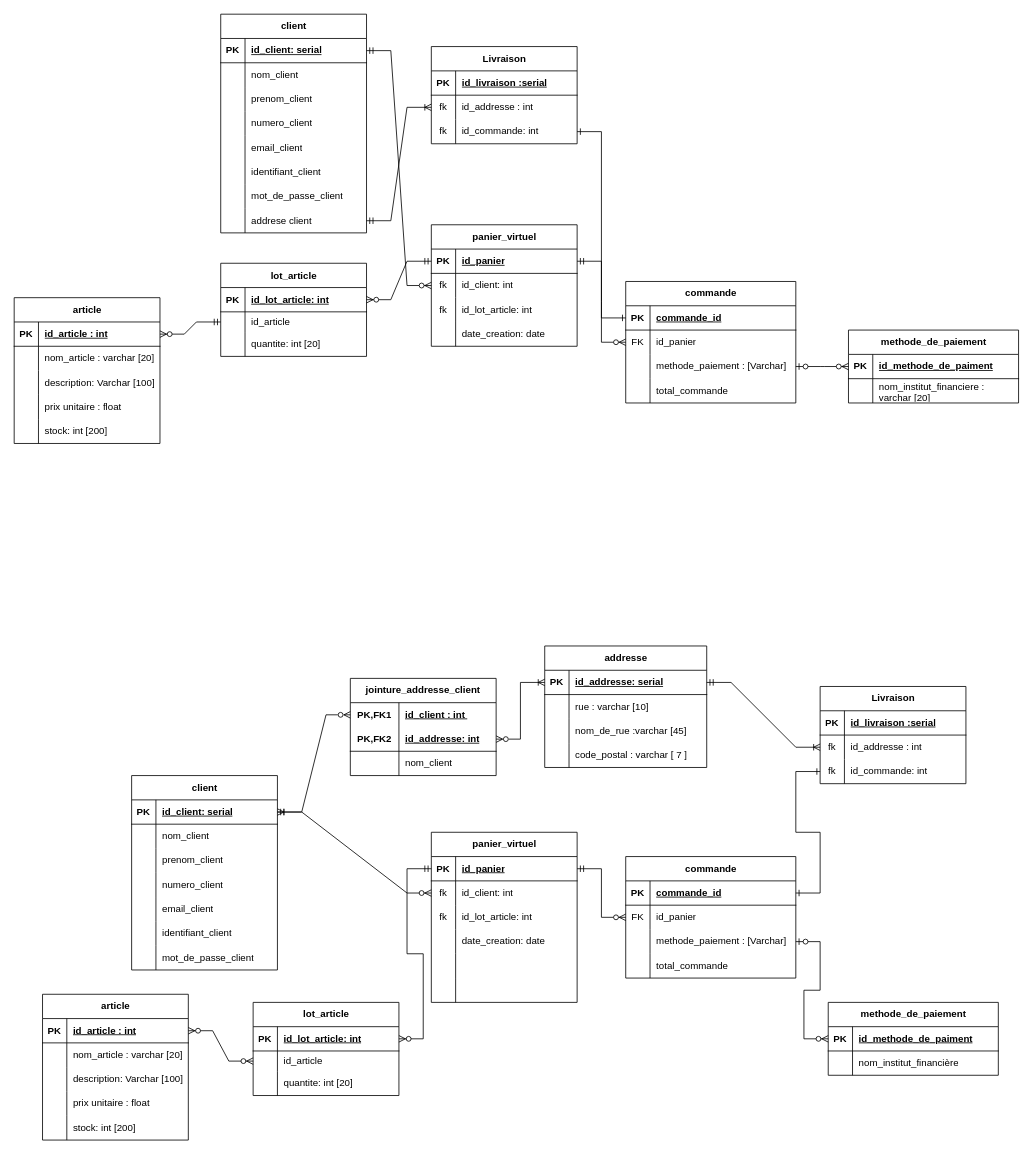
Earlier version of the draw.io diagram modèle site.drawio (franck-code/tests). Source tidied: cells renumbered, new cells numbered last; positions are measured from the earlier drawing's top-left corner, leaving out a move shared by most shapes. Both pictures are drawn from the tidied source at 81%, with x=0, y=0 at pixel (14, 14).
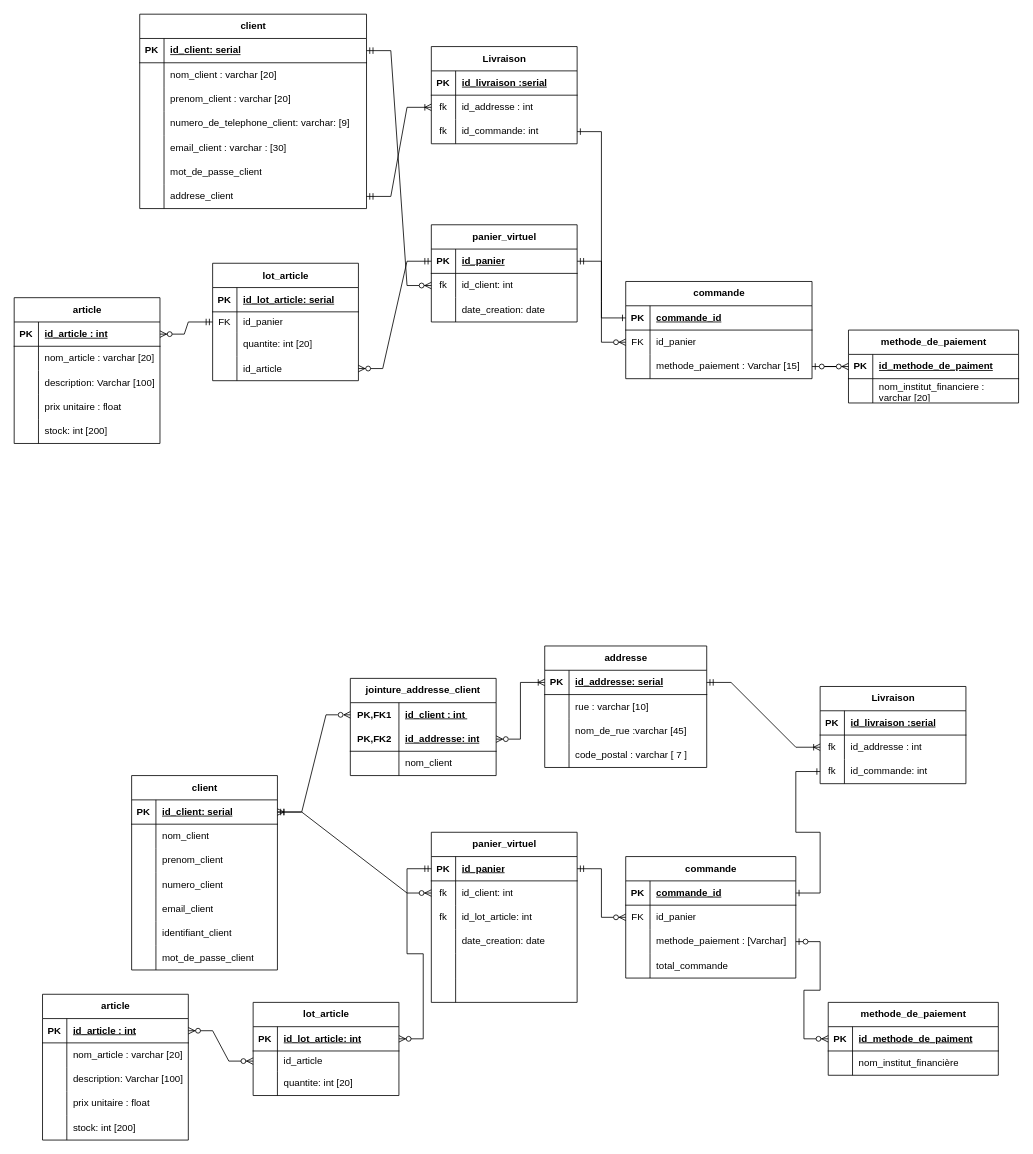
The same page after the edit.

Commit message:
Mise à jour modèle site.drawio

The change refers to these unchanged cells:
```xml
<mxCell id="28" style="shape=tableRow;horizontal=0;startSize=0;swimlaneHead=0;swimlaneBody=0;fillColor=none;points=[[0,0.5],[1,0.5]];portConstraint=eastwest;top=0;left=0;right=0;bottom=1;" parent="27" vertex="1">
  <mxGeometry y="30" width="180" height="30" as="geometry" />
</mxCell>
<mxCell id="67" style="shape=tableRow;horizontal=0;startSize=0;swimlaneHead=0;swimlaneBody=0;fillColor=none;points=[[0,0.5],[1,0.5]];portConstraint=eastwest;top=0;left=0;right=0;bottom=1;" parent="66" vertex="1">
  <mxGeometry y="30" width="180" height="30" as="geometry" />
</mxCell>
<mxCell id="70" style="shape=tableRow;horizontal=0;startSize=0;swimlaneHead=0;swimlaneBody=0;fillColor=none;points=[[0,0.5],[1,0.5]];portConstraint=eastwest;top=0;left=0;right=0;bottom=0;" parent="66" vertex="1">
  <mxGeometry y="60" width="180" height="25" as="geometry" />
</mxCell>
```

Change to the diagram source:
```diff
@@
     <mxCell id="2" value="client" style="shape=table;startSize=30;childLayout=tableLayout;rowLines=0;fontStyle=1;align=center;html=1;" parent="1" vertex="1">
-      <mxGeometry x="255" width="180" height="270" as="geometry" />
+      <mxGeometry x="155" width="280" height="240" as="geometry" />
     </mxCell>
     <mxCell id="3" style="shape=tableRow;horizontal=0;startSize=0;swimlaneHead=0;swimlaneBody=0;fillColor=none;points=[[0,0.5],[1,0.5]];portConstraint=eastwest;top=0;left=0;right=0;bottom=1;" parent="2" vertex="1">
-      <mxGeometry y="30" width="180" height="30" as="geometry" />
+      <mxGeometry y="30" width="280" height="30" as="geometry" />
     </mxCell>
@@
     <mxCell id="5" value="id_client: serial" style="shape=partialRectangle;fillColor=none;top=0;left=0;bottom=0;right=0;align=left;spacingLeft=6;fontStyle=5;overflow=hidden;whiteSpace=wrap;html=1;" parent="3" vertex="1">
-      <mxGeometry x="30" width="150" height="30" as="geometry" />
+      <mxGeometry x="30" width="250" height="30" as="geometry" />
     </mxCell>
     <mxCell id="6" style="shape=tableRow;horizontal=0;startSize=0;swimlaneHead=0;swimlaneBody=0;fillColor=none;top=0;left=0;right=0;bottom=0;" parent="2" vertex="1">
-      <mxGeometry y="60" width="180" height="30" as="geometry" />
+      <mxGeometry y="60" width="280" height="30" as="geometry" />
     </mxCell>
@@
-    <mxCell id="8" value="nom_client" style="shape=partialRectangle;fillColor=none;top=0;left=0;bottom=0;right=0;align=left;spacingLeft=6;overflow=hidden;whiteSpace=wrap;html=1;" parent="6" vertex="1">
-      <mxGeometry x="30" width="150" height="30" as="geometry" />
+    <mxCell id="8" value="nom_client : varchar [20]" style="shape=partialRectangle;fillColor=none;top=0;left=0;bottom=0;right=0;align=left;spacingLeft=6;overflow=hidden;whiteSpace=wrap;html=1;" parent="6" vertex="1">
+      <mxGeometry x="30" width="250" height="30" as="geometry" />
     </mxCell>
     <mxCell id="9" style="shape=tableRow;horizontal=0;startSize=0;swimlaneHead=0;swimlaneBody=0;fillColor=none;top=0;left=0;right=0;bottom=0;" parent="2" vertex="1">
-      <mxGeometry y="90" width="180" height="30" as="geometry" />
+      <mxGeometry y="90" width="280" height="30" as="geometry" />
     </mxCell>
@@
-    <mxCell id="11" value="prenom_client" style="shape=partialRectangle;fillColor=none;top=0;left=0;bottom=0;right=0;align=left;spacingLeft=6;overflow=hidden;whiteSpace=wrap;html=1;" parent="9" vertex="1">
-      <mxGeometry x="30" width="150" height="30" as="geometry" />
+    <mxCell id="11" value="prenom_client : varchar [20]" style="shape=partialRectangle;fillColor=none;top=0;left=0;bottom=0;right=0;align=left;spacingLeft=6;overflow=hidden;whiteSpace=wrap;html=1;" parent="9" vertex="1">
+      <mxGeometry x="30" width="250" height="30" as="geometry" />
     </mxCell>
     <mxCell id="12" style="shape=tableRow;horizontal=0;startSize=0;swimlaneHead=0;swimlaneBody=0;fillColor=none;top=0;left=0;right=0;bottom=0;" parent="2" vertex="1">
-      <mxGeometry y="120" width="180" height="30" as="geometry" />
+      <mxGeometry y="120" width="280" height="30" as="geometry" />
     </mxCell>
@@
-    <mxCell id="14" value="numero_client" style="shape=partialRectangle;fillColor=none;top=0;left=0;bottom=0;right=0;align=left;spacingLeft=6;overflow=hidden;whiteSpace=wrap;html=1;" parent="12" vertex="1">
-      <mxGeometry x="30" width="150" height="30" as="geometry" />
+    <mxCell id="14" value="numero_de_telephone_client: varchar: [9]" style="shape=partialRectangle;fillColor=none;top=0;left=0;bottom=0;right=0;align=left;spacingLeft=6;overflow=hidden;whiteSpace=wrap;html=1;" parent="12" vertex="1">
+      <mxGeometry x="30" width="250" height="30" as="geometry" />
     </mxCell>
     <mxCell id="15" style="shape=tableRow;horizontal=0;startSize=0;swimlaneHead=0;swimlaneBody=0;fillColor=none;top=0;left=0;right=0;bottom=0;" parent="2" vertex="1">
-      <mxGeometry y="150" width="180" height="30" as="geometry" />
+      <mxGeometry y="150" width="280" height="30" as="geometry" />
     </mxCell>
@@
-    <mxCell id="17" value="email_client" style="shape=partialRectangle;fillColor=none;top=0;left=0;bottom=0;right=0;align=left;spacingLeft=6;overflow=hidden;whiteSpace=wrap;html=1;" parent="15" vertex="1">
-      <mxGeometry x="30" width="150" height="30" as="geometry" />
+    <mxCell id="17" value="email_client : varchar : [30]" style="shape=partialRectangle;fillColor=none;top=0;left=0;bottom=0;right=0;align=left;spacingLeft=6;overflow=hidden;whiteSpace=wrap;html=1;" parent="15" vertex="1">
+      <mxGeometry x="30" width="250" height="30" as="geometry" />
     </mxCell>
-    <mxCell id="18" style="shape=tableRow;horizontal=0;startSize=0;swimlaneHead=0;swimlaneBody=0;fillColor=none;top=0;left=0;right=0;bottom=0;" parent="2" vertex="1">
-      <mxGeometry y="180" width="180" height="30" as="geometry" />
-    </mxCell>
-    <mxCell id="19" style="shape=partialRectangle;fillColor=none;top=0;left=0;bottom=0;right=0;overflow=hidden;whiteSpace=wrap;html=1;" parent="18" vertex="1">
-      <mxGeometry width="30" height="30" as="geometry" />
-    </mxCell>
-    <mxCell id="20" value="identifiant_client" style="shape=partialRectangle;fillColor=none;top=0;left=0;bottom=0;right=0;align=left;spacingLeft=6;overflow=hidden;whiteSpace=wrap;html=1;" parent="18" vertex="1">
-      <mxGeometry x="30" width="150" height="30" as="geometry" />
-    </mxCell>
     <mxCell id="21" style="shape=tableRow;horizontal=0;startSize=0;swimlaneHead=0;swimlaneBody=0;fillColor=none;top=0;left=0;right=0;bottom=0;" parent="2" vertex="1">
-      <mxGeometry y="210" width="180" height="30" as="geometry" />
+      <mxGeometry y="180" width="280" height="30" as="geometry" />
     </mxCell>
@@
     <mxCell id="23" value="mot_de_passe_client" style="shape=partialRectangle;fillColor=none;top=0;left=0;bottom=0;right=0;align=left;spacingLeft=6;overflow=hidden;whiteSpace=wrap;html=1;" parent="21" vertex="1">
-      <mxGeometry x="30" width="150" height="30" as="geometry" />
+      <mxGeometry x="30" width="250" height="30" as="geometry" />
     </mxCell>
     <mxCell id="24" style="shape=tableRow;horizontal=0;startSize=0;swimlaneHead=0;swimlaneBody=0;fillColor=none;points=[[0,0.5],[1,0.5]];portConstraint=eastwest;top=0;left=0;right=0;bottom=0;" parent="2" vertex="1">
-      <mxGeometry y="240" width="180" height="30" as="geometry" />
+      <mxGeometry y="210" width="280" height="30" as="geometry" />
     </mxCell>
@@
-    <mxCell id="26" value="addrese client" style="shape=partialRectangle;fillColor=none;top=0;left=0;bottom=0;right=0;align=left;spacingLeft=6;overflow=hidden;whiteSpace=wrap;html=1;" parent="24" vertex="1">
-      <mxGeometry x="30" width="150" height="30" as="geometry" />
+    <mxCell id="26" value="addrese_client" style="shape=partialRectangle;fillColor=none;top=0;left=0;bottom=0;right=0;align=left;spacingLeft=6;overflow=hidden;whiteSpace=wrap;html=1;" parent="24" vertex="1">
+      <mxGeometry x="30" width="250" height="30" as="geometry" />
     </mxCell>
     <mxCell id="27" value="panier_virtuel" style="shape=table;startSize=30;childLayout=tableLayout;rowLines=0;fontStyle=1;align=center;html=1;" parent="1" vertex="1">
-      <mxGeometry x="515" y="260" width="180" height="150" as="geometry" />
+      <mxGeometry x="515" y="260" width="180" height="120" as="geometry" />
     </mxCell>
@@
-    <mxCell id="34" style="shape=tableRow;horizontal=0;startSize=0;swimlaneHead=0;swimlaneBody=0;fillColor=none;top=0;left=0;right=0;bottom=0;" parent="27" vertex="1">
-      <mxGeometry y="90" width="180" height="30" as="geometry" />
-    </mxCell>
-    <mxCell id="35" value="fk" style="shape=partialRectangle;fillColor=none;top=0;left=0;bottom=0;right=0;overflow=hidden;whiteSpace=wrap;html=1;" parent="34" vertex="1">
-      <mxGeometry width="30" height="30" as="geometry" />
-    </mxCell>
-    <mxCell id="36" value="id_lot_article: int" style="shape=partialRectangle;fillColor=none;top=0;left=0;bottom=0;right=0;align=left;spacingLeft=6;overflow=hidden;whiteSpace=wrap;html=1;" parent="34" vertex="1">
-      <mxGeometry x="30" width="150" height="30" as="geometry" />
-    </mxCell>
     <mxCell id="37" style="shape=tableRow;horizontal=0;startSize=0;swimlaneHead=0;swimlaneBody=0;fillColor=none;top=0;left=0;right=0;bottom=0;" parent="27" vertex="1">
-      <mxGeometry y="120" width="180" height="30" as="geometry" />
+      <mxGeometry y="90" width="180" height="30" as="geometry" />
     </mxCell>
@@
     <mxCell id="66" value="lot_article" style="shape=table;startSize=30;childLayout=tableLayout;rowLines=0;fontStyle=1;align=center;html=1;" parent="1" vertex="1">
-      <mxGeometry x="255" y="307.5" width="180" height="115" as="geometry" />
+      <mxGeometry x="245" y="307.5" width="180" height="145" as="geometry" />
     </mxCell>
@@
-    <mxCell id="69" value="id_lot_article: int" style="shape=partialRectangle;fillColor=none;top=0;left=0;bottom=0;right=0;align=left;spacingLeft=6;fontStyle=5;overflow=hidden;whiteSpace=wrap;html=1;" parent="67" vertex="1">
+    <mxCell id="69" value="id_lot_article: serial" style="shape=partialRectangle;fillColor=none;top=0;left=0;bottom=0;right=0;align=left;spacingLeft=6;fontStyle=5;overflow=hidden;whiteSpace=wrap;html=1;" parent="67" vertex="1">
       <mxGeometry x="30" width="150" height="30" as="geometry" />
     </mxCell>
@@
-    <mxCell id="71" style="shape=partialRectangle;fillColor=none;top=0;left=0;bottom=0;right=0;overflow=hidden;whiteSpace=wrap;html=1;" parent="70" vertex="1">
+    <mxCell id="71" value="FK" style="shape=partialRectangle;fillColor=none;top=0;left=0;bottom=0;right=0;overflow=hidden;whiteSpace=wrap;html=1;" parent="70" vertex="1">
       <mxGeometry width="30" height="25" as="geometry" />
     </mxCell>
-    <mxCell id="72" value="id_article" style="shape=partialRectangle;fillColor=none;top=0;left=0;bottom=0;right=0;align=left;spacingLeft=6;overflow=hidden;whiteSpace=wrap;html=1;" parent="70" vertex="1">
+    <mxCell id="72" value="id_panier" style="shape=partialRectangle;fillColor=none;top=0;left=0;bottom=0;right=0;align=left;spacingLeft=6;overflow=hidden;whiteSpace=wrap;html=1;" parent="70" vertex="1">
       <mxGeometry x="30" width="150" height="25" as="geometry" />
     </mxCell>
@@
+    <mxCell id="232" style="shape=tableRow;horizontal=0;startSize=0;swimlaneHead=0;swimlaneBody=0;fillColor=none;points=[[0,0.5],[1,0.5]];portConstraint=eastwest;top=0;left=0;right=0;bottom=0;" parent="66" vertex="1">
+      <mxGeometry y="115" width="180" height="30" as="geometry" />
+    </mxCell>
+    <mxCell id="233" style="shape=partialRectangle;fillColor=none;top=0;left=0;bottom=0;right=0;overflow=hidden;whiteSpace=wrap;html=1;" parent="232" vertex="1">
+      <mxGeometry width="30" height="30" as="geometry" />
+    </mxCell>
+    <mxCell id="234" value="id_article" style="shape=partialRectangle;fillColor=none;top=0;left=0;bottom=0;right=0;align=left;spacingLeft=6;overflow=hidden;whiteSpace=wrap;html=1;" parent="232" vertex="1">
+      <mxGeometry x="30" width="150" height="30" as="geometry" />
+    </mxCell>
     <mxCell id="76" value="commande" style="shape=table;startSize=30;childLayout=tableLayout;rowLines=0;fontStyle=1;align=center;html=1;" parent="1" vertex="1">
-      <mxGeometry x="755" y="330" width="210" height="150" as="geometry" />
+      <mxGeometry x="755" y="330" width="230" height="120" as="geometry" />
     </mxCell>
     <mxCell id="77" style="shape=tableRow;horizontal=0;startSize=0;swimlaneHead=0;swimlaneBody=0;fillColor=none;points=[[0,0.5],[1,0.5]];portConstraint=eastwest;top=0;left=0;right=0;bottom=1;" parent="76" vertex="1">
-      <mxGeometry y="30" width="210" height="30" as="geometry" />
+      <mxGeometry y="30" width="230" height="30" as="geometry" />
     </mxCell>
@@
     <mxCell id="79" value="commande_id" style="shape=partialRectangle;fillColor=none;top=0;left=0;bottom=0;right=0;align=left;spacingLeft=6;fontStyle=5;overflow=hidden;whiteSpace=wrap;html=1;" parent="77" vertex="1">
-      <mxGeometry x="30" width="180" height="30" as="geometry" />
+      <mxGeometry x="30" width="200" height="30" as="geometry" />
     </mxCell>
     <mxCell id="80" style="shape=tableRow;horizontal=0;startSize=0;swimlaneHead=0;swimlaneBody=0;fillColor=none;points=[[0,0.5],[1,0.5]];portConstraint=eastwest;top=0;left=0;right=0;bottom=0;" parent="76" vertex="1">
-      <mxGeometry y="60" width="210" height="30" as="geometry" />
+      <mxGeometry y="60" width="230" height="30" as="geometry" />
     </mxCell>
@@
     <mxCell id="82" value="id_panier" style="shape=partialRectangle;fillColor=none;top=0;left=0;bottom=0;right=0;align=left;spacingLeft=6;overflow=hidden;whiteSpace=wrap;html=1;" parent="80" vertex="1">
-      <mxGeometry x="30" width="180" height="30" as="geometry" />
+      <mxGeometry x="30" width="200" height="30" as="geometry" />
     </mxCell>
     <mxCell id="83" style="shape=tableRow;horizontal=0;startSize=0;swimlaneHead=0;swimlaneBody=0;fillColor=none;points=[[0,0.5],[1,0.5]];portConstraint=eastwest;top=0;left=0;right=0;bottom=0;" parent="76" vertex="1">
-      <mxGeometry y="90" width="210" height="30" as="geometry" />
+      <mxGeometry y="90" width="230" height="30" as="geometry" />
     </mxCell>
@@
-    <mxCell id="85" value="methode_paiement : [Varchar]" style="shape=partialRectangle;fillColor=none;top=0;left=0;bottom=0;right=0;align=left;spacingLeft=6;overflow=hidden;whiteSpace=wrap;html=1;" parent="83" vertex="1">
-      <mxGeometry x="30" width="180" height="30" as="geometry" />
+    <mxCell id="85" value="methode_paiement : Varchar&amp;nbsp;[15]" style="shape=partialRectangle;fillColor=none;top=0;left=0;bottom=0;right=0;align=left;spacingLeft=6;overflow=hidden;whiteSpace=wrap;html=1;" parent="83" vertex="1">
+      <mxGeometry x="30" width="200" height="30" as="geometry" />
     </mxCell>
-    <mxCell id="86" style="shape=tableRow;horizontal=0;startSize=0;swimlaneHead=0;swimlaneBody=0;fillColor=none;top=0;left=0;right=0;bottom=0;" parent="76" vertex="1">
-      <mxGeometry y="120" width="210" height="30" as="geometry" />
-    </mxCell>
-    <mxCell id="87" style="shape=partialRectangle;fillColor=none;top=0;left=0;bottom=0;right=0;overflow=hidden;whiteSpace=wrap;html=1;" parent="86" vertex="1">
-      <mxGeometry width="30" height="30" as="geometry" />
-    </mxCell>
-    <mxCell id="88" value="total_commande" style="shape=partialRectangle;fillColor=none;top=0;left=0;bottom=0;right=0;align=left;spacingLeft=6;overflow=hidden;whiteSpace=wrap;html=1;" parent="86" vertex="1">
-      <mxGeometry x="30" width="180" height="30" as="geometry" />
-    </mxCell>
@@
-    <mxCell id="93" style="edgeStyle=entityRelationEdgeStyle;fontSize=12;html=1;endArrow=ERzeroToMany;startArrow=ERmandOne;rounded=0;entryX=1;entryY=0.5;entryDx=0;entryDy=0;exitX=0;exitY=0.5;exitDx=0;exitDy=0;startFill=0;" parent="1" edge="1" source="28" target="67">
+    <mxCell id="93" style="edgeStyle=entityRelationEdgeStyle;fontSize=12;html=1;endArrow=ERzeroToMany;startArrow=ERmandOne;rounded=0;entryX=1;entryY=0.5;entryDx=0;entryDy=0;exitX=0;exitY=0.5;exitDx=0;exitDy=0;startFill=0;" parent="1" edge="1" source="28" target="232">
       <mxGeometry relative="1" as="geometry">
         <Array as="points">
           <mxPoint x="655" y="675" />
         </Array>
       </mxGeometry>
     </mxCell>
```
